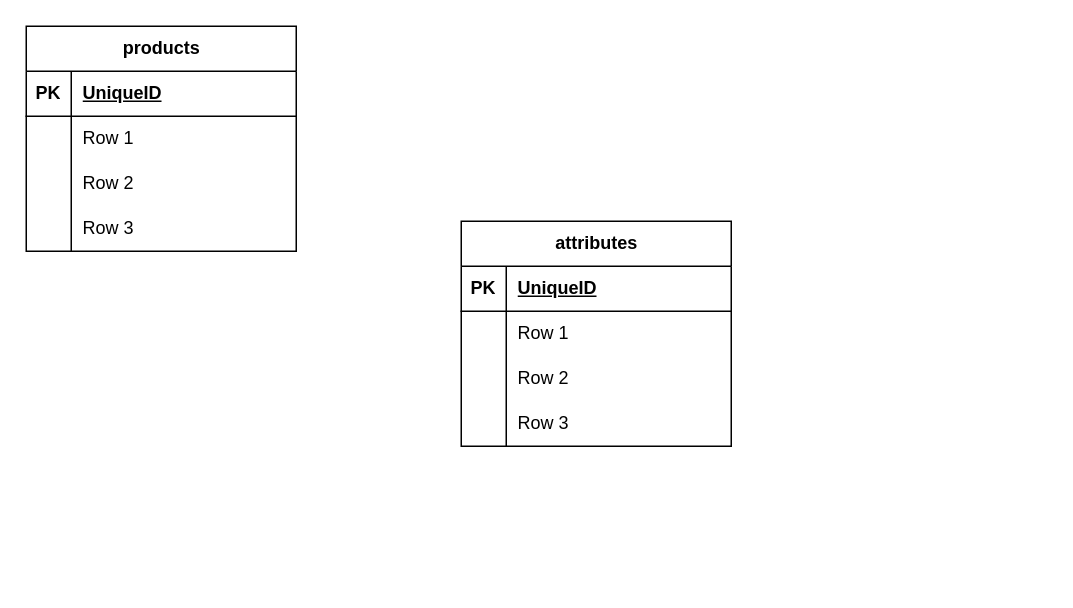
Earlier version of the draw.io diagram database/diagram.drawio (phuocbt9x/bop-shop). Source tidied: cells renumbered, new cells numbered last; positions are measured from the earlier drawing's top-left corner, leaving out a move shared by most shapes. Both pictures are drawn from the tidied source at 150%, with x=0, y=0 at pixel (26, 26).
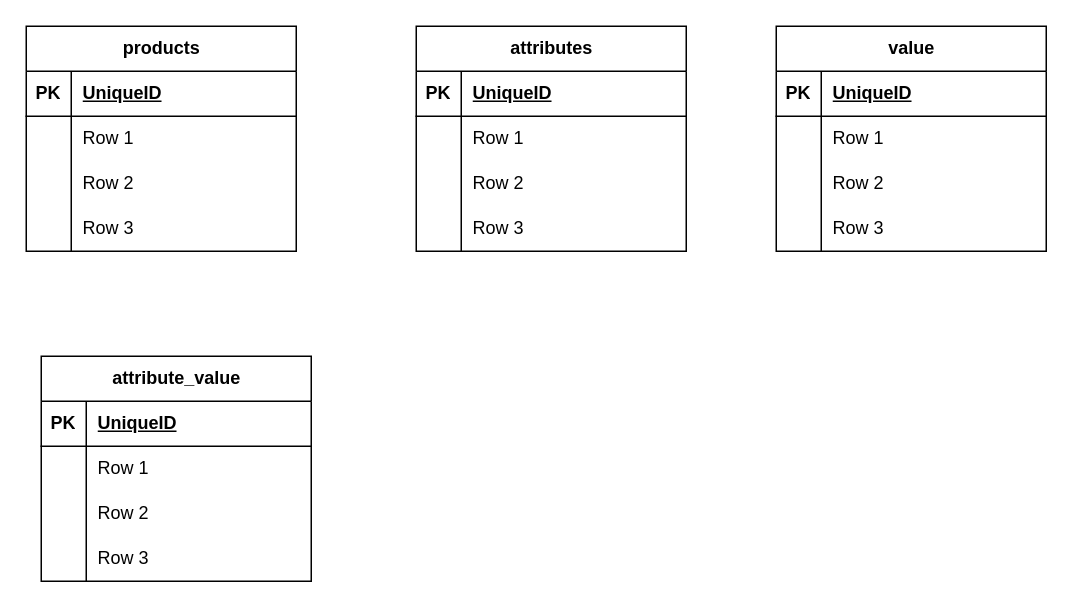
The same page after the edit.

Commit message:
Cập nhật diagram.drawio

The edit, as a diff of the source:
```diff
@@
     <mxCell id="15" value="attributes" style="shape=table;startSize=30;childLayout=tableLayout;rowLines=0;fontStyle=1;align=center;html=1;" parent="1" vertex="1">
-      <mxGeometry x="290" y="130" width="180" height="150" as="geometry" />
+      <mxGeometry x="260" width="180" height="150" as="geometry" />
     </mxCell>
@@
+    <mxCell id="28" value="value" style="shape=table;startSize=30;childLayout=tableLayout;rowLines=0;fontStyle=1;align=center;html=1;" parent="1" vertex="1">
+      <mxGeometry x="500" width="180" height="150" as="geometry" />
+    </mxCell>
+    <mxCell id="29" style="shape=tableRow;horizontal=0;startSize=0;swimlaneHead=0;swimlaneBody=0;fillColor=none;top=0;left=0;right=0;bottom=1;" parent="28" vertex="1">
+      <mxGeometry y="30" width="180" height="30" as="geometry" />
+    </mxCell>
+    <mxCell id="30" value="PK" style="shape=partialRectangle;fillColor=none;top=0;left=0;bottom=0;right=0;fontStyle=1;overflow=hidden;whiteSpace=wrap;html=1;" parent="29" vertex="1">
+      <mxGeometry width="30" height="30" as="geometry" />
+    </mxCell>
+    <mxCell id="31" value="UniqueID" style="shape=partialRectangle;fillColor=none;top=0;left=0;bottom=0;right=0;align=left;spacingLeft=6;fontStyle=5;overflow=hidden;whiteSpace=wrap;html=1;" parent="29" vertex="1">
+      <mxGeometry x="30" width="150" height="30" as="geometry" />
+    </mxCell>
+    <mxCell id="32" style="shape=tableRow;horizontal=0;startSize=0;swimlaneHead=0;swimlaneBody=0;fillColor=none;top=0;left=0;right=0;bottom=0;" parent="28" vertex="1">
+      <mxGeometry y="60" width="180" height="30" as="geometry" />
+    </mxCell>
+    <mxCell id="33" style="shape=partialRectangle;fillColor=none;top=0;left=0;bottom=0;right=0;overflow=hidden;whiteSpace=wrap;html=1;" parent="32" vertex="1">
+      <mxGeometry width="30" height="30" as="geometry" />
+    </mxCell>
+    <mxCell id="34" value="Row 1" style="shape=partialRectangle;fillColor=none;top=0;left=0;bottom=0;right=0;align=left;spacingLeft=6;overflow=hidden;whiteSpace=wrap;html=1;" parent="32" vertex="1">
+      <mxGeometry x="30" width="150" height="30" as="geometry" />
+    </mxCell>
+    <mxCell id="35" style="shape=tableRow;horizontal=0;startSize=0;swimlaneHead=0;swimlaneBody=0;fillColor=none;top=0;left=0;right=0;bottom=0;" parent="28" vertex="1">
+      <mxGeometry y="90" width="180" height="30" as="geometry" />
+    </mxCell>
+    <mxCell id="36" style="shape=partialRectangle;fillColor=none;top=0;left=0;bottom=0;right=0;overflow=hidden;whiteSpace=wrap;html=1;" parent="35" vertex="1">
+      <mxGeometry width="30" height="30" as="geometry" />
+    </mxCell>
+    <mxCell id="37" value="Row 2" style="shape=partialRectangle;fillColor=none;top=0;left=0;bottom=0;right=0;align=left;spacingLeft=6;overflow=hidden;whiteSpace=wrap;html=1;" parent="35" vertex="1">
+      <mxGeometry x="30" width="150" height="30" as="geometry" />
+    </mxCell>
+    <mxCell id="38" style="shape=tableRow;horizontal=0;startSize=0;swimlaneHead=0;swimlaneBody=0;fillColor=none;top=0;left=0;right=0;bottom=0;" parent="28" vertex="1">
+      <mxGeometry y="120" width="180" height="30" as="geometry" />
+    </mxCell>
+    <mxCell id="39" style="shape=partialRectangle;fillColor=none;top=0;left=0;bottom=0;right=0;overflow=hidden;whiteSpace=wrap;html=1;" parent="38" vertex="1">
+      <mxGeometry width="30" height="30" as="geometry" />
+    </mxCell>
+    <mxCell id="40" value="Row 3" style="shape=partialRectangle;fillColor=none;top=0;left=0;bottom=0;right=0;align=left;spacingLeft=6;overflow=hidden;whiteSpace=wrap;html=1;" parent="38" vertex="1">
+      <mxGeometry x="30" width="150" height="30" as="geometry" />
+    </mxCell>
+    <mxCell id="41" value="attribute_value" style="shape=table;startSize=30;childLayout=tableLayout;rowLines=0;fontStyle=1;align=center;html=1;" parent="1" vertex="1">
+      <mxGeometry x="10" y="220" width="180" height="150" as="geometry" />
+    </mxCell>
+    <mxCell id="42" style="shape=tableRow;horizontal=0;startSize=0;swimlaneHead=0;swimlaneBody=0;fillColor=none;top=0;left=0;right=0;bottom=1;" parent="41" vertex="1">
+      <mxGeometry y="30" width="180" height="30" as="geometry" />
+    </mxCell>
+    <mxCell id="43" value="PK" style="shape=partialRectangle;fillColor=none;top=0;left=0;bottom=0;right=0;fontStyle=1;overflow=hidden;whiteSpace=wrap;html=1;" parent="42" vertex="1">
+      <mxGeometry width="30" height="30" as="geometry" />
+    </mxCell>
+    <mxCell id="44" value="UniqueID" style="shape=partialRectangle;fillColor=none;top=0;left=0;bottom=0;right=0;align=left;spacingLeft=6;fontStyle=5;overflow=hidden;whiteSpace=wrap;html=1;" parent="42" vertex="1">
+      <mxGeometry x="30" width="150" height="30" as="geometry" />
+    </mxCell>
+    <mxCell id="45" style="shape=tableRow;horizontal=0;startSize=0;swimlaneHead=0;swimlaneBody=0;fillColor=none;top=0;left=0;right=0;bottom=0;" parent="41" vertex="1">
+      <mxGeometry y="60" width="180" height="30" as="geometry" />
+    </mxCell>
+    <mxCell id="46" style="shape=partialRectangle;fillColor=none;top=0;left=0;bottom=0;right=0;overflow=hidden;whiteSpace=wrap;html=1;" parent="45" vertex="1">
+      <mxGeometry width="30" height="30" as="geometry" />
+    </mxCell>
+    <mxCell id="47" value="Row 1" style="shape=partialRectangle;fillColor=none;top=0;left=0;bottom=0;right=0;align=left;spacingLeft=6;overflow=hidden;whiteSpace=wrap;html=1;" parent="45" vertex="1">
+      <mxGeometry x="30" width="150" height="30" as="geometry" />
+    </mxCell>
+    <mxCell id="48" style="shape=tableRow;horizontal=0;startSize=0;swimlaneHead=0;swimlaneBody=0;fillColor=none;top=0;left=0;right=0;bottom=0;" parent="41" vertex="1">
+      <mxGeometry y="90" width="180" height="30" as="geometry" />
+    </mxCell>
+    <mxCell id="49" style="shape=partialRectangle;fillColor=none;top=0;left=0;bottom=0;right=0;overflow=hidden;whiteSpace=wrap;html=1;" parent="48" vertex="1">
+      <mxGeometry width="30" height="30" as="geometry" />
+    </mxCell>
+    <mxCell id="50" value="Row 2" style="shape=partialRectangle;fillColor=none;top=0;left=0;bottom=0;right=0;align=left;spacingLeft=6;overflow=hidden;whiteSpace=wrap;html=1;" parent="48" vertex="1">
+      <mxGeometry x="30" width="150" height="30" as="geometry" />
+    </mxCell>
+    <mxCell id="51" style="shape=tableRow;horizontal=0;startSize=0;swimlaneHead=0;swimlaneBody=0;fillColor=none;top=0;left=0;right=0;bottom=0;" parent="41" vertex="1">
+      <mxGeometry y="120" width="180" height="30" as="geometry" />
+    </mxCell>
+    <mxCell id="52" style="shape=partialRectangle;fillColor=none;top=0;left=0;bottom=0;right=0;overflow=hidden;whiteSpace=wrap;html=1;" parent="51" vertex="1">
+      <mxGeometry width="30" height="30" as="geometry" />
+    </mxCell>
+    <mxCell id="53" value="Row 3" style="shape=partialRectangle;fillColor=none;top=0;left=0;bottom=0;right=0;align=left;spacingLeft=6;overflow=hidden;whiteSpace=wrap;html=1;" parent="51" vertex="1">
+      <mxGeometry x="30" width="150" height="30" as="geometry" />
+    </mxCell>
```
